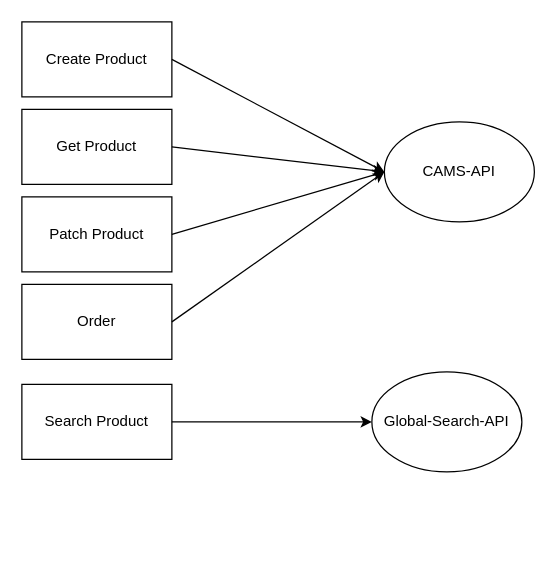
The draw.io diagram dph-relation.drawio in ganisback/draw.io, before the edit. Source tidied: cells renumbered, new cells numbered last; positions are measured from the earlier drawing's top-left corner, leaving out a move shared by most shapes. Both pictures are drawn from the tidied source at 125%, with x=0, y=0 at pixel (21, 21).
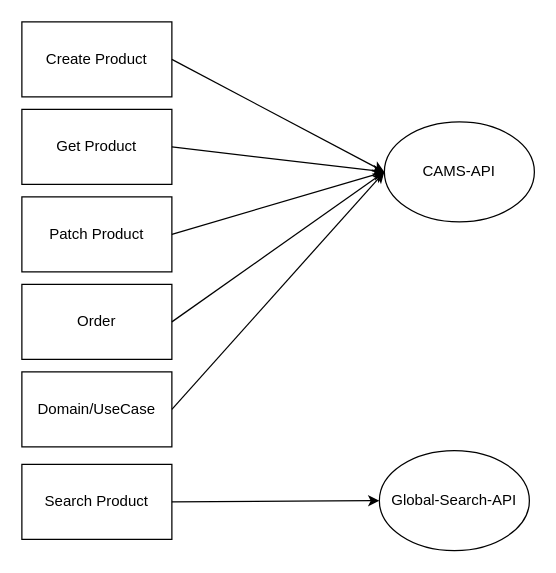
After the change.

What changed in the source:
```diff
@@
 <mxGraphModel>
   <root>
     <mxCell id="0" />
     <mxCell id="1" parent="0" />
     <mxCell id="2" value="Create Product" style="rounded=0;whiteSpace=wrap;html=1;" parent="1" vertex="1">
       <mxGeometry width="120" height="60" as="geometry" />
     </mxCell>
     <mxCell id="3" value="Get Product" style="rounded=0;whiteSpace=wrap;html=1;" parent="1" vertex="1">
       <mxGeometry y="70" width="120" height="60" as="geometry" />
     </mxCell>
     <mxCell id="4" value="Patch Product" style="rounded=0;whiteSpace=wrap;html=1;" parent="1" vertex="1">
       <mxGeometry y="140" width="120" height="60" as="geometry" />
     </mxCell>
     <mxCell id="5" value="Order" style="rounded=0;whiteSpace=wrap;html=1;" parent="1" vertex="1">
       <mxGeometry y="210" width="120" height="60" as="geometry" />
     </mxCell>
     <mxCell id="6" value="CAMS-API" style="ellipse;whiteSpace=wrap;html=1;" parent="1" vertex="1">
       <mxGeometry x="290" y="80" width="120" height="80" as="geometry" />
     </mxCell>
     <mxCell id="7" style="endArrow=classic;html=1;rounded=0;exitX=1;exitY=0.5;exitDx=0;exitDy=0;entryX=0;entryY=0.5;entryDx=0;entryDy=0;" parent="1" edge="1" source="2" target="6">
       <mxGeometry relative="1" as="geometry" />
     </mxCell>
     <mxCell id="8" style="endArrow=classic;html=1;rounded=0;exitX=1;exitY=0.5;exitDx=0;exitDy=0;" parent="1" edge="1" source="3">
       <mxGeometry relative="1" as="geometry">
         <mxPoint x="290" y="120" as="targetPoint" />
       </mxGeometry>
     </mxCell>
     <mxCell id="9" style="endArrow=classic;html=1;rounded=0;exitX=1;exitY=0.5;exitDx=0;exitDy=0;" parent="1" edge="1" source="4">
       <mxGeometry relative="1" as="geometry">
         <mxPoint x="290" y="120" as="targetPoint" />
       </mxGeometry>
     </mxCell>
     <mxCell id="10" style="endArrow=classic;html=1;rounded=0;exitX=1;exitY=0.5;exitDx=0;exitDy=0;" parent="1" edge="1" source="5">
       <mxGeometry relative="1" as="geometry">
         <mxPoint x="290" y="120" as="targetPoint" />
       </mxGeometry>
     </mxCell>
     <mxCell id="11" value="Search Product" style="rounded=0;whiteSpace=wrap;html=1;" parent="1" vertex="1">
-      <mxGeometry y="290" width="120" height="60" as="geometry" />
+      <mxGeometry y="354" width="120" height="60" as="geometry" />
     </mxCell>
     <mxCell id="12" value="Global-Search-API" style="ellipse;whiteSpace=wrap;html=1;" parent="1" vertex="1">
-      <mxGeometry x="280" y="280" width="120" height="80" as="geometry" />
+      <mxGeometry x="286" y="343" width="120" height="80" as="geometry" />
     </mxCell>
     <mxCell id="13" style="endArrow=classic;html=1;rounded=0;exitX=1;exitY=0.5;exitDx=0;exitDy=0;entryX=0;entryY=0.5;entryDx=0;entryDy=0;" parent="1" edge="1" source="11" target="12">
       <mxGeometry relative="1" as="geometry" />
     </mxCell>
+    <mxCell id="14" value="Domain/UseCase" style="rounded=0;whiteSpace=wrap;html=1;" parent="1" vertex="1">
+      <mxGeometry y="280" width="120" height="60" as="geometry" />
+    </mxCell>
+    <mxCell id="15" style="endArrow=classic;html=1;rounded=0;exitX=1;exitY=0.5;exitDx=0;exitDy=0;entryX=0;entryY=0.5;entryDx=0;entryDy=0;" parent="1" edge="1" source="14" target="6">
+      <mxGeometry relative="1" as="geometry" />
+    </mxCell>
   </root>
 </mxGraphModel>
```
